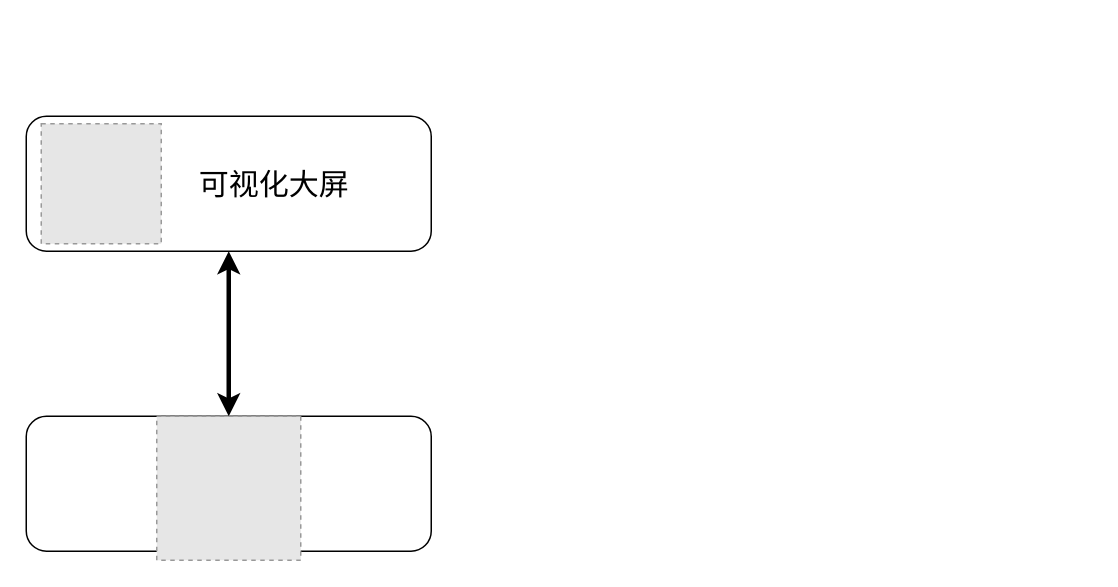
The draw.io diagram 01-租房大屏.drawio in redcomet88/DRAW, before the edit. Source tidied: cells renumbered, new cells numbered last; positions are measured from the earlier drawing's top-left corner, leaving out a move shared by most shapes. Both pictures are drawn from the tidied source at 150%, with x=0, y=0 at pixel (26, 116). Pictures stored in the file or linked from it are replaced by grey dashed boxes.
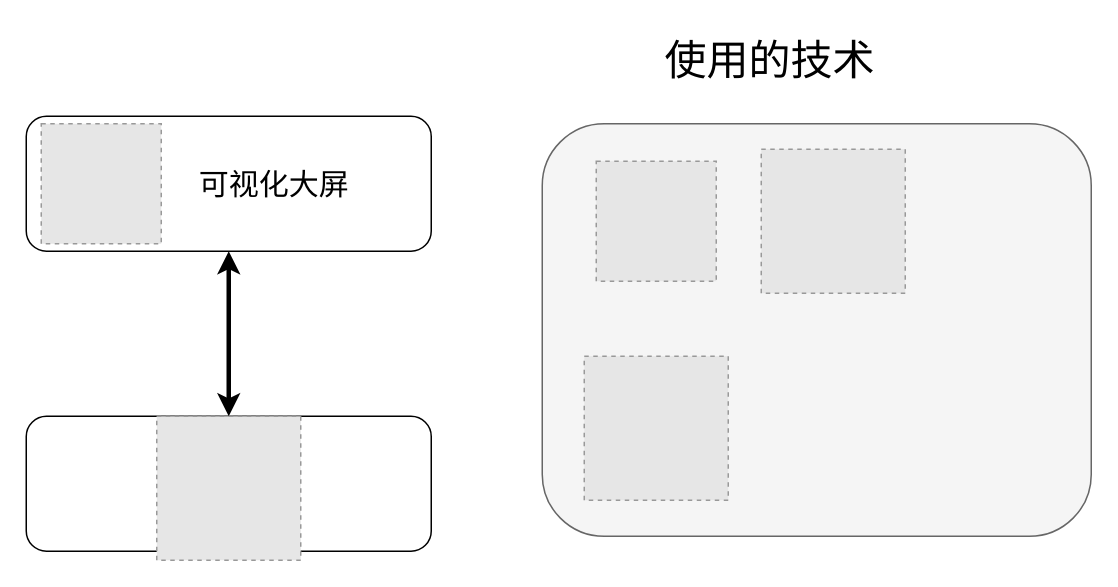
After the change.

Change to the diagram source:
```diff
@@
 <mxGraphModel>
   <root>
     <mxCell id="0" />
     <mxCell id="1" parent="0" />
     <mxCell id="2" style="edgeStyle=orthogonalEdgeStyle;rounded=1;jettySize=auto;html=1;exitX=0.5;exitY=1;exitDx=0;exitDy=0;entryX=0.5;entryY=0;entryDx=0;entryDy=0;fontSize=20;startArrow=classic;startFill=1;strokeWidth=3;" parent="1" edge="1" source="3" target="6">
       <mxGeometry relative="1" as="geometry" />
     </mxCell>
     <mxCell id="3" value="&lt;font style=&quot;font-size: 20px;&quot;&gt;&amp;nbsp; &amp;nbsp; &amp;nbsp; &amp;nbsp; &amp;nbsp; &amp;nbsp;可视化大屏&lt;/font&gt;" style="rounded=1;whiteSpace=wrap;html=1;" parent="1" vertex="1">
       <mxGeometry width="270" height="90" as="geometry" />
     </mxCell>
     <mxCell id="4" style="fillColor=#E6E6E6;strokeColor=#999999;dashed=1;verticalLabelPosition=bottom;labelBackgroundColor=default;verticalAlign=top;" parent="1" vertex="1">
       <mxGeometry x="10" y="5" width="80" height="80" as="geometry" />
     </mxCell>
     <mxCell id="5" style="rounded=1;whiteSpace=wrap;html=1;" parent="1" vertex="1">
       <mxGeometry y="200" width="270" height="90" as="geometry" />
     </mxCell>
     <mxCell id="6" style="fillColor=#E6E6E6;strokeColor=#999999;dashed=1;verticalLabelPosition=bottom;labelBackgroundColor=default;verticalAlign=top;" parent="1" vertex="1">
       <mxGeometry x="87" y="200" width="96" height="96" as="geometry" />
     </mxCell>
+    <mxCell id="7" style="rounded=1;whiteSpace=wrap;html=1;fontSize=20;fillColor=#f5f5f5;fontColor=#333333;strokeColor=#666666;" parent="1" vertex="1">
+      <mxGeometry x="344" y="5" width="366" height="275" as="geometry" />
+    </mxCell>
+    <mxCell id="8" value="使用的技术" style="text;strokeColor=none;fillColor=none;align=left;verticalAlign=middle;spacingLeft=4;spacingRight=4;overflow=hidden;fontSize=28;" parent="1" vertex="1">
+      <mxGeometry x="420" y="-60" width="260" height="40" as="geometry" />
+    </mxCell>
+    <mxCell id="9" style="fillColor=#E6E6E6;strokeColor=#999999;dashed=1;verticalLabelPosition=bottom;labelBackgroundColor=default;verticalAlign=top;" parent="1" vertex="1">
+      <mxGeometry x="380" y="30" width="80" height="80" as="geometry" />
+    </mxCell>
+    <mxCell id="10" style="fillColor=#E6E6E6;strokeColor=#999999;dashed=1;verticalLabelPosition=bottom;labelBackgroundColor=default;verticalAlign=top;" parent="1" vertex="1">
+      <mxGeometry x="372" y="160" width="96" height="96" as="geometry" />
+    </mxCell>
+    <mxCell id="11" style="fillColor=#E6E6E6;strokeColor=#999999;dashed=1;verticalLabelPosition=bottom;labelBackgroundColor=default;verticalAlign=top;" parent="1" vertex="1">
+      <mxGeometry x="490" y="22" width="96" height="96" as="geometry" />
+    </mxCell>
   </root>
 </mxGraphModel>
```
